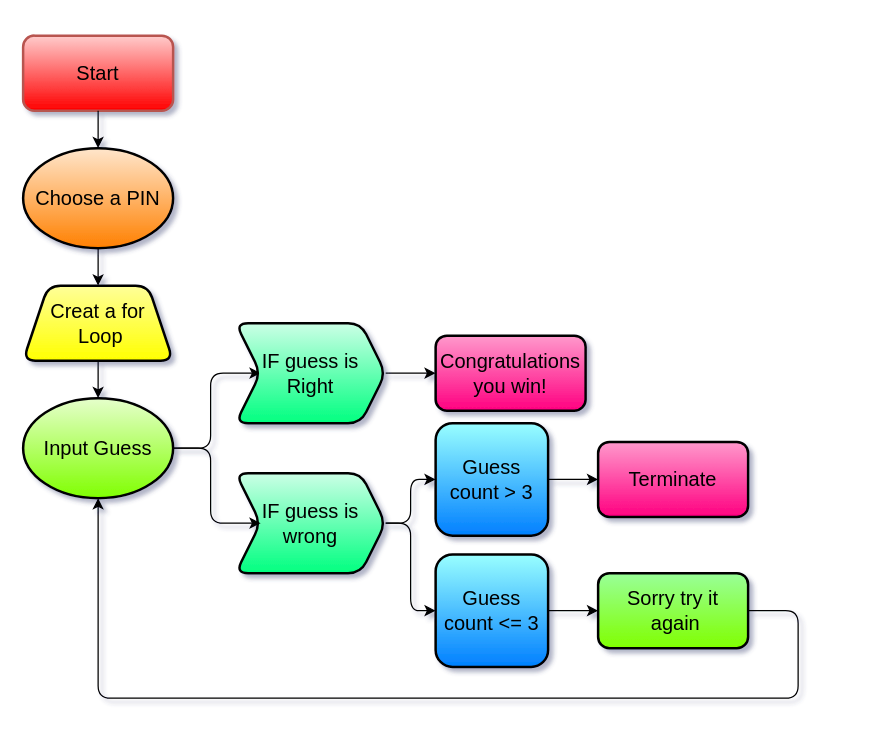
The draw.io diagram Untitled Diagram.drawio in fernandes-s/Flowcharts, before the edit. Source tidied: cells renumbered, new cells numbered last; positions are measured from the earlier drawing's top-left corner, leaving out a move shared by most shapes. Both pictures are drawn from the tidied source at 125%, with x=0, y=0 at pixel (22, 35).
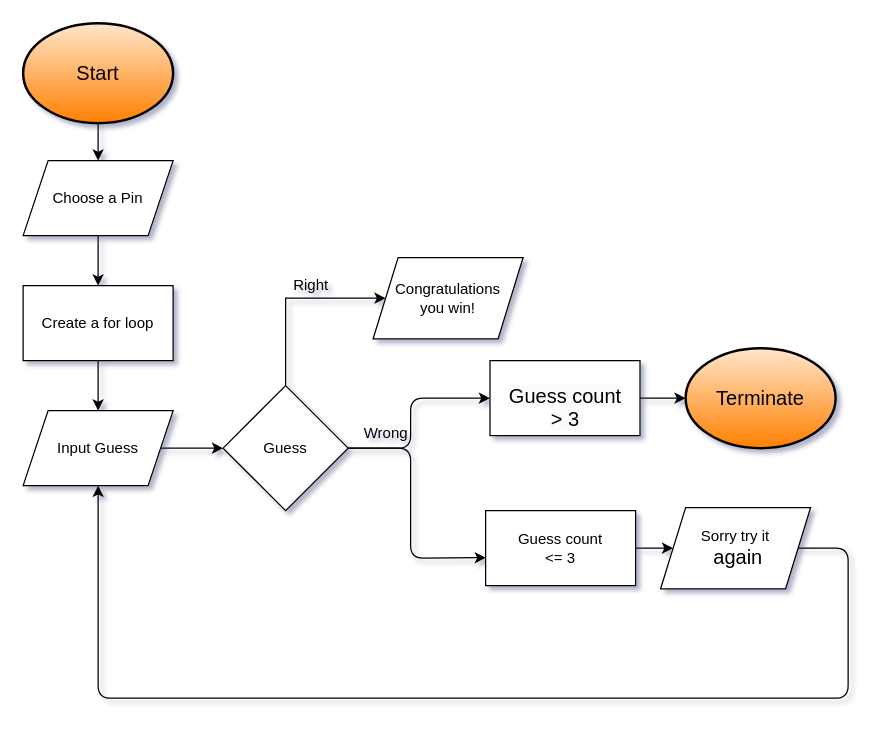
The same diagram, later.

The edit, as a diff of the source:
```diff
@@
-    <mxCell id="2" value="&lt;font style=&quot;font-size: 16px;&quot;&gt;Start&lt;/font&gt;" style="rounded=1;whiteSpace=wrap;html=1;strokeWidth=2;fillColor=#FFCCCC;strokeColor=#b85450;gradientColor=#FF0000;" parent="1" vertex="1">
-      <mxGeometry width="120" height="60" as="geometry" />
-    </mxCell>
-    <mxCell id="3" style="endArrow=classic;html=1;rounded=1;fontSize=16;exitX=0.5;exitY=1;exitDx=0;exitDy=0;" parent="1" edge="1" source="2" target="4">
+    <mxCell id="3" style="endArrow=classic;html=1;rounded=1;fontSize=16;exitX=0.5;exitY=1;exitDx=0;exitDy=0;entryX=0.5;entryY=0;entryDx=0;entryDy=0;" parent="1" edge="1" source="2" target="24">
       <mxGeometry relative="1" as="geometry" />
     </mxCell>
-    <mxCell id="4" value="Choose a PIN" style="ellipse;whiteSpace=wrap;html=1;strokeWidth=2;fontSize=16;rounded=1;fillColor=#FFE6CC;gradientColor=#FF8000;" parent="1" vertex="1">
-      <mxGeometry y="90" width="120" height="80" as="geometry" />
-    </mxCell>
-    <mxCell id="5" style="endArrow=classic;html=1;rounded=1;fontSize=16;exitX=0.5;exitY=1;exitDx=0;exitDy=0;entryX=0.5;entryY=0;entryDx=0;entryDy=0;" parent="1" edge="1" source="4" target="6">
+    <mxCell id="5" style="endArrow=classic;html=1;rounded=1;fontSize=16;exitX=0.5;exitY=1;exitDx=0;exitDy=0;entryX=0.5;entryY=0;entryDx=0;entryDy=0;" parent="1" edge="1" source="24" target="25">
       <mxGeometry relative="1" as="geometry" />
     </mxCell>
-    <mxCell id="6" value="Creat a for&lt;br&gt;&amp;nbsp;Loop" style="shape=trapezoid;perimeter=trapezoidPerimeter;whiteSpace=wrap;html=1;fixedSize=1;strokeWidth=2;fontSize=16;rounded=1;fillColor=#FFFF99;gradientColor=#FFFF00;" parent="1" vertex="1">
-      <mxGeometry y="200" width="120" height="60" as="geometry" />
-    </mxCell>
-    <mxCell id="7" style="endArrow=classic;html=1;rounded=1;fontSize=16;exitX=0.5;exitY=1;exitDx=0;exitDy=0;" parent="1" edge="1" source="6" target="8">
+    <mxCell id="7" style="endArrow=classic;html=1;rounded=1;fontSize=16;exitX=0.5;exitY=1;exitDx=0;exitDy=0;entryX=0.5;entryY=0;entryDx=0;entryDy=0;" parent="1" edge="1" source="25" target="8">
       <mxGeometry relative="1" as="geometry" />
     </mxCell>
-    <mxCell id="8" value="Input Guess" style="ellipse;whiteSpace=wrap;html=1;strokeWidth=2;fontSize=16;rounded=1;fillColor=#E6FFCC;gradientColor=#80FF00;" parent="1" vertex="1">
-      <mxGeometry y="290" width="120" height="80" as="geometry" />
-    </mxCell>
-    <mxCell id="9" style="endArrow=classic;html=1;rounded=1;fontSize=16;exitX=1;exitY=0.5;exitDx=0;exitDy=0;entryX=0;entryY=0.5;entryDx=0;entryDy=0;" parent="1" edge="1" source="8" target="10">
-      <mxGeometry relative="1" as="geometry">
-        <Array as="points">
-          <mxPoint x="150" y="330" />
-          <mxPoint x="150" y="270" />
-        </Array>
-      </mxGeometry>
-    </mxCell>
-    <mxCell id="10" value="IF guess is Right" style="shape=step;perimeter=stepPerimeter;whiteSpace=wrap;html=1;fixedSize=1;strokeWidth=2;fontSize=16;rounded=1;fillColor=#CCFFE6;gradientColor=#00FF80;" parent="1" vertex="1">
-      <mxGeometry x="170" y="230" width="120" height="80" as="geometry" />
-    </mxCell>
-    <mxCell id="11" value="Congratulations you win!" style="rounded=1;whiteSpace=wrap;html=1;strokeWidth=2;fontSize=16;fillColor=#FF99CC;gradientColor=#FF0080;" parent="1" vertex="1">
-      <mxGeometry x="330" y="240" width="120" height="60" as="geometry" />
-    </mxCell>
-    <mxCell id="12" style="endArrow=classic;html=1;rounded=1;fontSize=16;exitX=1;exitY=0.5;exitDx=0;exitDy=0;entryX=0;entryY=0.5;entryDx=0;entryDy=0;" parent="1" edge="1" source="10" target="11">
-      <mxGeometry relative="1" as="geometry" />
-    </mxCell>
-    <mxCell id="13" value="IF guess is wrong" style="shape=step;perimeter=stepPerimeter;whiteSpace=wrap;html=1;fixedSize=1;strokeWidth=2;fontSize=16;rounded=1;fillColor=#CCFFE6;gradientColor=#00FF80;" parent="1" vertex="1">
-      <mxGeometry x="170" y="350" width="120" height="80" as="geometry" />
-    </mxCell>
-    <mxCell id="14" style="endArrow=classic;html=1;rounded=1;fontSize=16;exitX=1;exitY=0.5;exitDx=0;exitDy=0;entryX=0;entryY=0.5;entryDx=0;entryDy=0;" parent="1" edge="1" source="8" target="13">
+    <mxCell id="14" style="endArrow=classic;html=1;rounded=1;fontSize=16;exitX=1;exitY=0.5;exitDx=0;exitDy=0;entryX=0;entryY=0.5;entryDx=0;entryDy=0;" parent="1" edge="1" source="8" target="26">
       <mxGeometry relative="1" as="geometry">
         <Array as="points">
           <mxPoint x="150" y="330" />
-          <mxPoint x="150" y="390" />
         </Array>
       </mxGeometry>
     </mxCell>
-    <mxCell id="15" value="Sorry try it&lt;br&gt;&amp;nbsp;again" style="rounded=1;whiteSpace=wrap;html=1;strokeWidth=2;fontSize=16;fillColor=#99FF99;gradientColor=#80FF00;" parent="1" vertex="1">
-      <mxGeometry x="460" y="430" width="120" height="60" as="geometry" />
-    </mxCell>
-    <mxCell id="16" style="endArrow=classic;html=1;rounded=1;fontSize=16;exitX=1;exitY=0.5;exitDx=0;exitDy=0;entryX=0;entryY=0.5;entryDx=0;entryDy=0;" parent="1" edge="1" source="13" target="18">
-      <mxGeometry relative="1" as="geometry">
-        <Array as="points">
-          <mxPoint x="310" y="390" />
-          <mxPoint x="310" y="460" />
-        </Array>
-      </mxGeometry>
-    </mxCell>
     <mxCell id="17" style="endArrow=classic;html=1;rounded=1;fontSize=16;exitX=1;exitY=0.5;exitDx=0;exitDy=0;entryX=0.5;entryY=1;entryDx=0;entryDy=0;" parent="1" edge="1" source="15" target="8">
       <mxGeometry relative="1" as="geometry">
         <Array as="points">
-          <mxPoint x="620" y="460" />
-          <mxPoint x="620" y="530" />
+          <mxPoint x="660" y="410" />
+          <mxPoint x="660" y="460" />
+          <mxPoint x="660" y="530" />
           <mxPoint x="470" y="530" />
           <mxPoint x="270" y="530" />
           <mxPoint x="60" y="530" />
         </Array>
       </mxGeometry>
     </mxCell>
-    <mxCell id="18" value="Guess count &amp;lt;= 3" style="whiteSpace=wrap;html=1;strokeWidth=2;fontSize=16;rounded=1;fillColor=#99FFFF;gradientColor=#007FFF;" parent="1" vertex="1">
-      <mxGeometry x="330" y="415" width="90" height="90" as="geometry" />
-    </mxCell>
-    <mxCell id="19" value="Guess count &amp;gt; 3" style="whiteSpace=wrap;html=1;strokeWidth=2;fontSize=16;rounded=1;fillColor=#99FFFF;gradientColor=#007FFF;" parent="1" vertex="1">
-      <mxGeometry x="330" y="310" width="90" height="90" as="geometry" />
-    </mxCell>
-    <mxCell id="20" style="endArrow=classic;html=1;rounded=1;fontSize=16;exitX=1;exitY=0.5;exitDx=0;exitDy=0;entryX=0;entryY=0.5;entryDx=0;entryDy=0;" parent="1" edge="1" source="13" target="19">
-      <mxGeometry relative="1" as="geometry">
-        <Array as="points">
-          <mxPoint x="310" y="390" />
-          <mxPoint x="310" y="355" />
-        </Array>
-      </mxGeometry>
-    </mxCell>
@@
+    <mxCell id="2" value="Start" style="ellipse;whiteSpace=wrap;html=1;strokeWidth=2;fontSize=16;rounded=1;fillColor=#FFE6CC;gradientColor=#FF8000;" parent="1" vertex="1">
+      <mxGeometry y="-10" width="120" height="80" as="geometry" />
+    </mxCell>
+    <mxCell id="24" value="Choose a Pin" style="shape=parallelogram;perimeter=parallelogramPerimeter;whiteSpace=wrap;html=1;fixedSize=1;" parent="1" vertex="1">
+      <mxGeometry y="100" width="120" height="60" as="geometry" />
+    </mxCell>
+    <mxCell id="25" value="Create a for loop" style="rounded=0;whiteSpace=wrap;html=1;" parent="1" vertex="1">
+      <mxGeometry y="200" width="120" height="60" as="geometry" />
+    </mxCell>
+    <mxCell id="8" value="Input Guess" style="shape=parallelogram;perimeter=parallelogramPerimeter;whiteSpace=wrap;html=1;fixedSize=1;" parent="1" vertex="1">
+      <mxGeometry y="300" width="120" height="60" as="geometry" />
+    </mxCell>
+    <mxCell id="26" value="Guess" style="rhombus;whiteSpace=wrap;html=1;" parent="1" vertex="1">
+      <mxGeometry x="160" y="280" width="100" height="100" as="geometry" />
+    </mxCell>
+    <mxCell id="11" value="Congratulations &lt;br&gt;you win!" style="shape=parallelogram;perimeter=parallelogramPerimeter;whiteSpace=wrap;html=1;fixedSize=1;" parent="1" vertex="1">
+      <mxGeometry x="280" y="177.5" width="120" height="65" as="geometry" />
+    </mxCell>
+    <mxCell id="27" style="endArrow=classic;html=1;rounded=0;entryX=0;entryY=0.5;entryDx=0;entryDy=0;exitX=0.5;exitY=0;exitDx=0;exitDy=0;" parent="1" edge="1" source="26" target="11">
+      <mxGeometry relative="1" as="geometry">
+        <Array as="points">
+          <mxPoint x="210" y="210" />
+        </Array>
+      </mxGeometry>
+    </mxCell>
+    <mxCell id="28" value="Right" style="text;html=1;align=center;verticalAlign=middle;strokeColor=none;fillColor=none;" parent="1" vertex="1">
+      <mxGeometry x="205" y="185" width="50" height="30" as="geometry" />
+    </mxCell>
+    <mxCell id="29" value="Wrong" style="text;html=1;align=center;verticalAlign=middle;strokeColor=none;fillColor=none;" parent="1" vertex="1">
+      <mxGeometry x="260" y="302.5" width="60" height="30" as="geometry" />
+    </mxCell>
+    <mxCell id="30" style="endArrow=classic;html=1;rounded=1;fontSize=16;exitX=1;exitY=0.5;exitDx=0;exitDy=0;entryX=0;entryY=0.5;entryDx=0;entryDy=0;" parent="1" edge="1" source="26" target="19">
+      <mxGeometry relative="1" as="geometry">
+        <Array as="points">
+          <mxPoint x="310" y="330" />
+          <mxPoint x="310" y="290" />
+        </Array>
+      </mxGeometry>
+    </mxCell>
+    <mxCell id="19" value="&lt;br&gt;&lt;span style=&quot;color: rgb(0, 0, 0); font-family: Helvetica; font-size: 16px; font-style: normal; font-variant-ligatures: normal; font-variant-caps: normal; font-weight: 400; letter-spacing: normal; orphans: 2; text-align: center; text-indent: 0px; text-transform: none; widows: 2; word-spacing: 0px; -webkit-text-stroke-width: 0px; background-color: rgb(251, 251, 251); text-decoration-thickness: initial; text-decoration-style: initial; text-decoration-color: initial; float: none; display: inline !important;&quot;&gt;Guess count &lt;br&gt;&amp;gt; 3&lt;/span&gt;&lt;br&gt;" style="rounded=0;whiteSpace=wrap;html=1;" parent="1" vertex="1">
+      <mxGeometry x="373.5" y="260" width="120" height="60" as="geometry" />
+    </mxCell>
+    <mxCell id="18" value="Guess count &lt;br&gt;&amp;lt;= 3" style="rounded=0;whiteSpace=wrap;html=1;" parent="1" vertex="1">
+      <mxGeometry x="370" y="380" width="120" height="60" as="geometry" />
+    </mxCell>
+    <mxCell id="15" value="Sorry try it&lt;br style=&quot;border-color: var(--border-color); font-size: 16px;&quot;&gt;&lt;span style=&quot;font-size: 16px;&quot;&gt;&amp;nbsp;again&lt;/span&gt;" style="shape=parallelogram;perimeter=parallelogramPerimeter;whiteSpace=wrap;html=1;fixedSize=1;" parent="1" vertex="1">
+      <mxGeometry x="510" y="377.5" width="120" height="65" as="geometry" />
+    </mxCell>
+    <mxCell id="31" style="endArrow=classic;html=1;rounded=1;fontSize=16;exitX=1;exitY=0.5;exitDx=0;exitDy=0;entryX=0.002;entryY=0.627;entryDx=0;entryDy=0;entryPerimeter=0;" parent="1" edge="1" source="26" target="18">
+      <mxGeometry relative="1" as="geometry">
+        <Array as="points">
+          <mxPoint x="310" y="330" />
+          <mxPoint x="310" y="418" />
+        </Array>
+      </mxGeometry>
+    </mxCell>
-    <mxCell id="23" value="&lt;font style=&quot;font-size: 16px;&quot;&gt;Terminate&lt;/font&gt;" style="rounded=1;whiteSpace=wrap;html=1;strokeWidth=2;fillColor=#FF99CC;gradientColor=#FF0080;" parent="1" vertex="1">
-      <mxGeometry x="460" y="325" width="120" height="60" as="geometry" />
+    <mxCell id="23" value="Terminate" style="ellipse;whiteSpace=wrap;html=1;strokeWidth=2;fontSize=16;rounded=1;fillColor=#FFE6CC;gradientColor=#FF8000;" parent="1" vertex="1">
+      <mxGeometry x="530" y="250" width="120" height="80" as="geometry" />
     </mxCell>
```
